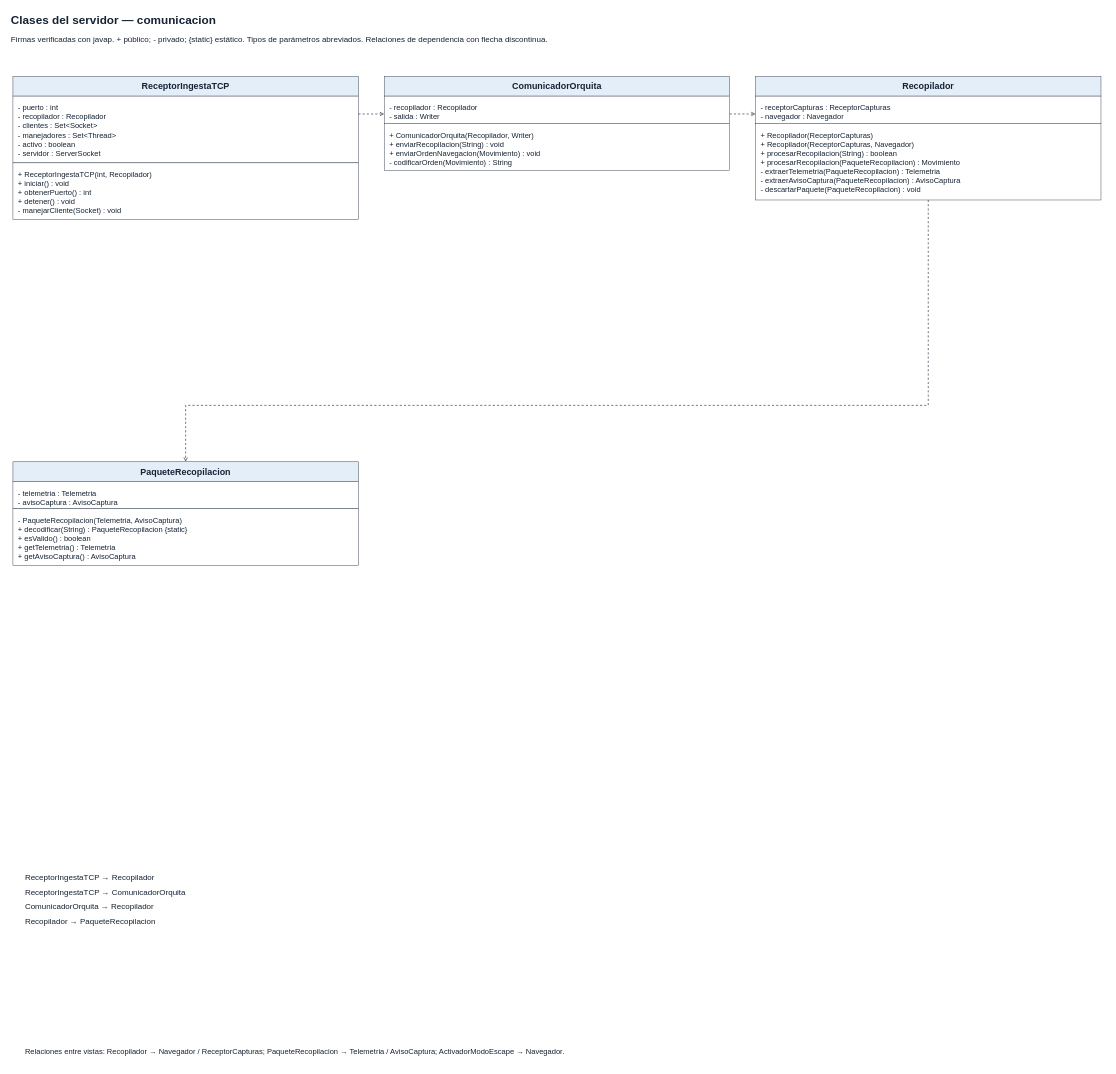
Earlier version of the draw.io diagram page "11_Clases_comunicacion" (9 of 11) of docs/diagramas/Orquitas_Hito2.drawio (lautaro-geli/sistema-orquita). Source tidied: cells renumbered, new cells numbered last; positions are measured from the earlier drawing's top-left corner, leaving out a move shared by most shapes. Both pictures are drawn from the tidied source at 47%, with x=0, y=0 at pixel (8, 8).
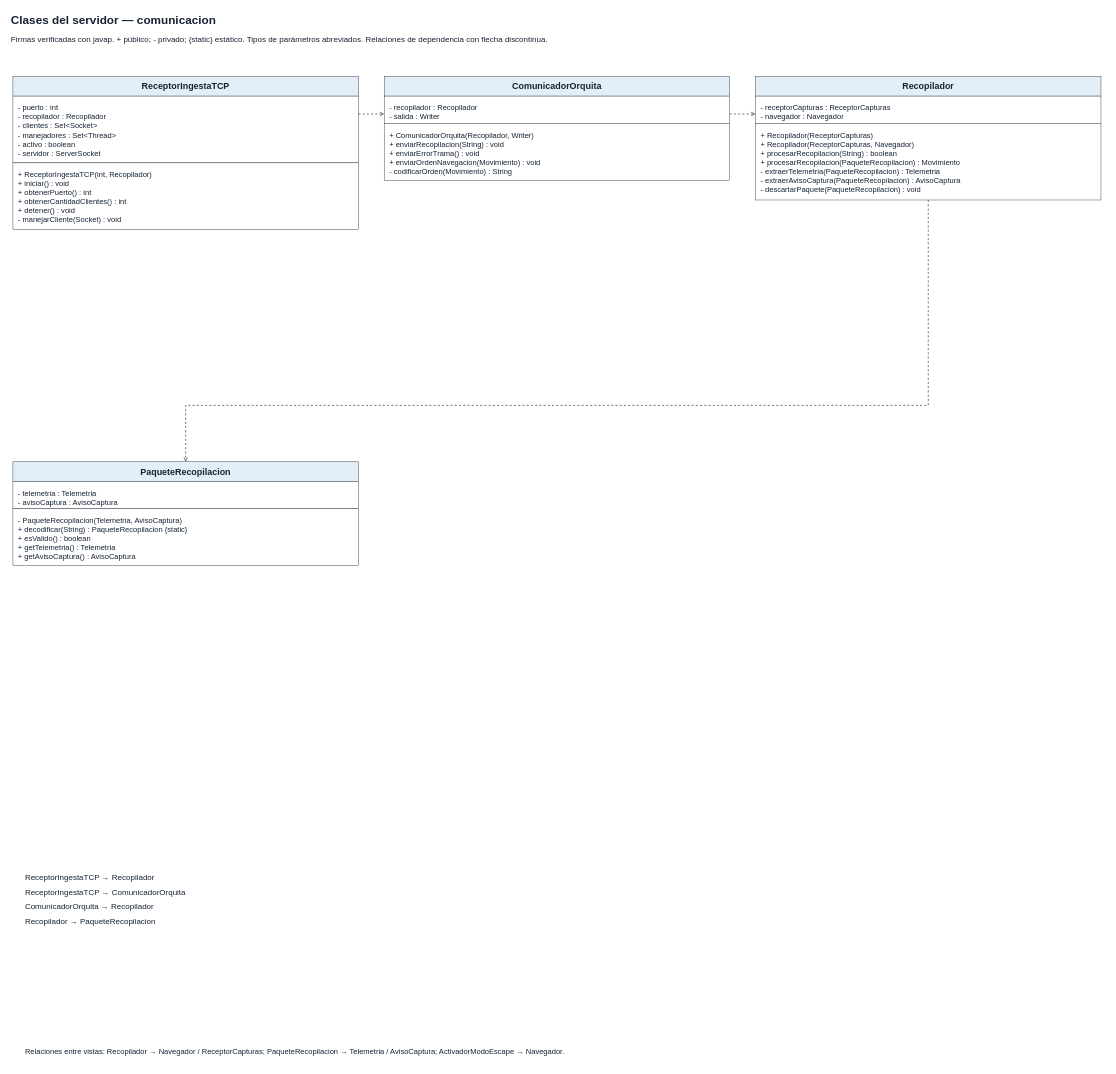
The same page after the edit.

What changed in the source:
```diff
@@
     <mxCell id="7" style="rounded=0;html=0;whiteSpace=wrap;align=center;verticalAlign=top;fontFamily=Arial;fontSize=17;fontColor=#152333;fontStyle=0;spacing=6;fillColor=#ffffff;strokeColor=#374151;" parent="1" vertex="1">
-      <mxGeometry x="10" y="329" width="735" height="121" as="geometry" />
+      <mxGeometry x="10" y="329" width="735" height="142" as="geometry" />
     </mxCell>
-    <mxCell id="8" value="+ ReceptorIngestaTCP(int, Recopilador)&#10;+ iniciar() : void&#10;+ obtenerPuerto() : int&#10;+ detener() : void&#10;- manejarCliente(Socket) : void" style="text;html=0;whiteSpace=wrap;align=left;verticalAlign=top;fontFamily=Arial;fontSize=16;fontColor=#152333;fontStyle=0;spacing=6;" parent="1" vertex="1">
-      <mxGeometry x="15" y="334" width="725" height="115" as="geometry" />
+    <mxCell id="8" value="+ ReceptorIngestaTCP(int, Recopilador)&#10;+ iniciar() : void&#10;+ obtenerPuerto() : int&#10;+ obtenerCantidadClientes() : int&#10;+ detener() : void&#10;- manejarCliente(Socket) : void" style="text;html=0;whiteSpace=wrap;align=left;verticalAlign=top;fontFamily=Arial;fontSize=16;fontColor=#152333;fontStyle=0;spacing=6;" parent="1" vertex="1">
+      <mxGeometry x="15" y="334" width="725" height="136" as="geometry" />
     </mxCell>
@@
     <mxCell id="12" style="rounded=0;html=0;whiteSpace=wrap;align=center;verticalAlign=top;fontFamily=Arial;fontSize=17;fontColor=#152333;fontStyle=0;spacing=6;fillColor=#ffffff;strokeColor=#374151;" parent="1" vertex="1">
-      <mxGeometry x="800" y="245" width="735" height="100" as="geometry" />
+      <mxGeometry x="800" y="245" width="735" height="121" as="geometry" />
     </mxCell>
-    <mxCell id="13" value="+ ComunicadorOrquita(Recopilador, Writer)&#10;+ enviarRecopilacion(String) : void&#10;+ enviarOrdenNavegacion(Movimiento) : void&#10;- codificarOrden(Movimiento) : String" style="text;html=0;whiteSpace=wrap;align=left;verticalAlign=top;fontFamily=Arial;fontSize=16;fontColor=#152333;fontStyle=0;spacing=6;" parent="1" vertex="1">
-      <mxGeometry x="805" y="250" width="725" height="94" as="geometry" />
+    <mxCell id="13" value="+ ComunicadorOrquita(Recopilador, Writer)&#10;+ enviarRecopilacion(String) : void&#10;+ enviarErrorTrama() : void&#10;+ enviarOrdenNavegacion(Movimiento) : void&#10;- codificarOrden(Movimiento) : String" style="text;html=0;whiteSpace=wrap;align=left;verticalAlign=top;fontFamily=Arial;fontSize=16;fontColor=#152333;fontStyle=0;spacing=6;" parent="1" vertex="1">
+      <mxGeometry x="805" y="250" width="725" height="115" as="geometry" />
     </mxCell>
```
